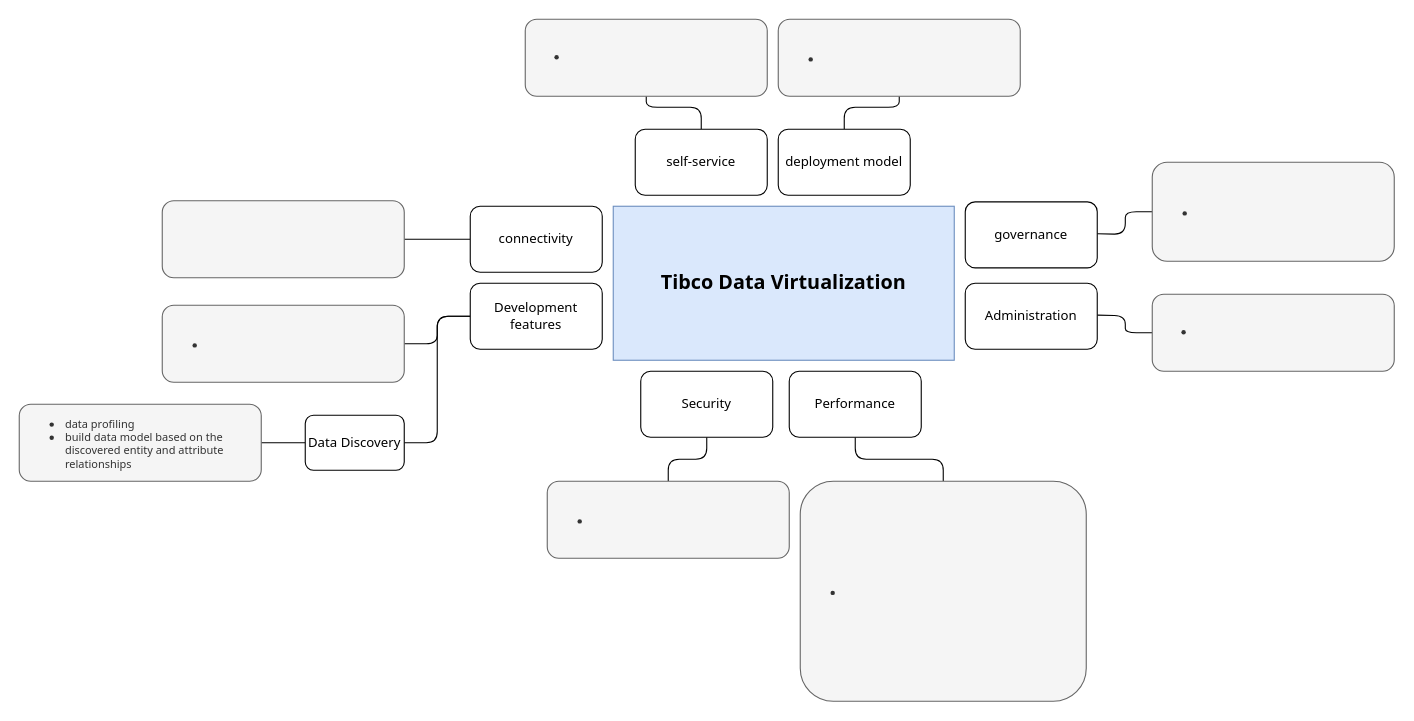
Earlier version of the draw.io diagram page "cp4d" (2 of 3) of data virtualization.drawio (kanchantewary/MindMaps). Source tidied: cells renumbered, new cells numbered last; positions are measured from the earlier drawing's top-left corner, leaving out a move shared by most shapes. Both pictures are drawn from the tidied source at 110%, with x=0, y=0 at pixel (19, 19).
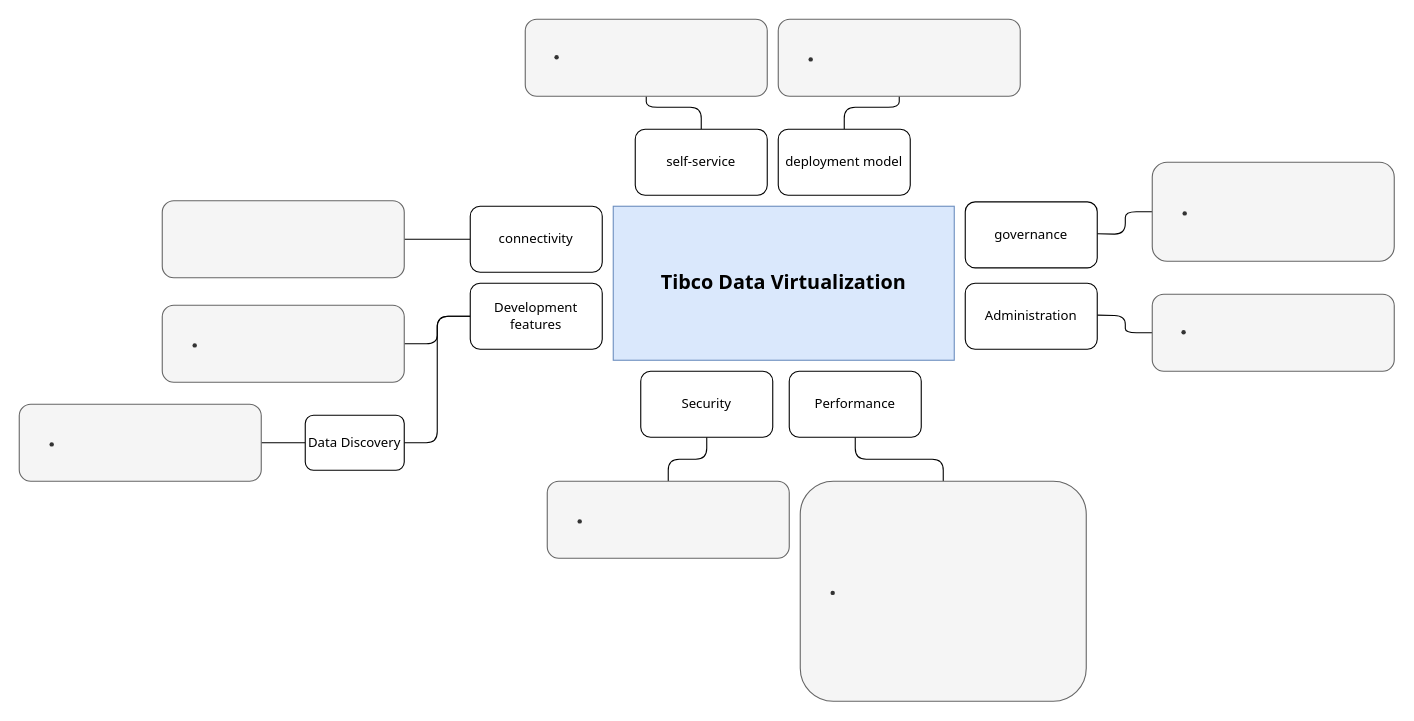
After the change.

The edit, as a diff of the source:
```diff
@@
-    <mxCell id="30" value="&lt;ul style=&quot;font-size: 10px;&quot;&gt;&lt;li style=&quot;font-size: 10px;&quot;&gt;data profiling&lt;/li&gt;&lt;li style=&quot;font-size: 10px;&quot;&gt;build data model based on the discovered entity and attribute relationships&lt;/li&gt;&lt;/ul&gt;" style="rounded=1;whiteSpace=wrap;html=1;fontFamily=Tahoma;fillColor=#f5f5f5;fontColor=#333333;strokeColor=#666666;align=left;fontSize=10;" parent="1" vertex="1">
+    <mxCell id="30" value="&lt;ul style=&quot;font-size: 10px&quot;&gt;&lt;li style=&quot;font-size: 10px&quot;&gt;&lt;br&gt;&lt;/li&gt;&lt;/ul&gt;" style="rounded=1;whiteSpace=wrap;html=1;fontFamily=Tahoma;fillColor=#f5f5f5;fontColor=#333333;strokeColor=#666666;align=left;fontSize=10;" parent="1" vertex="1">
       <mxGeometry y="350" width="220" height="70" as="geometry" />
     </mxCell>
```
